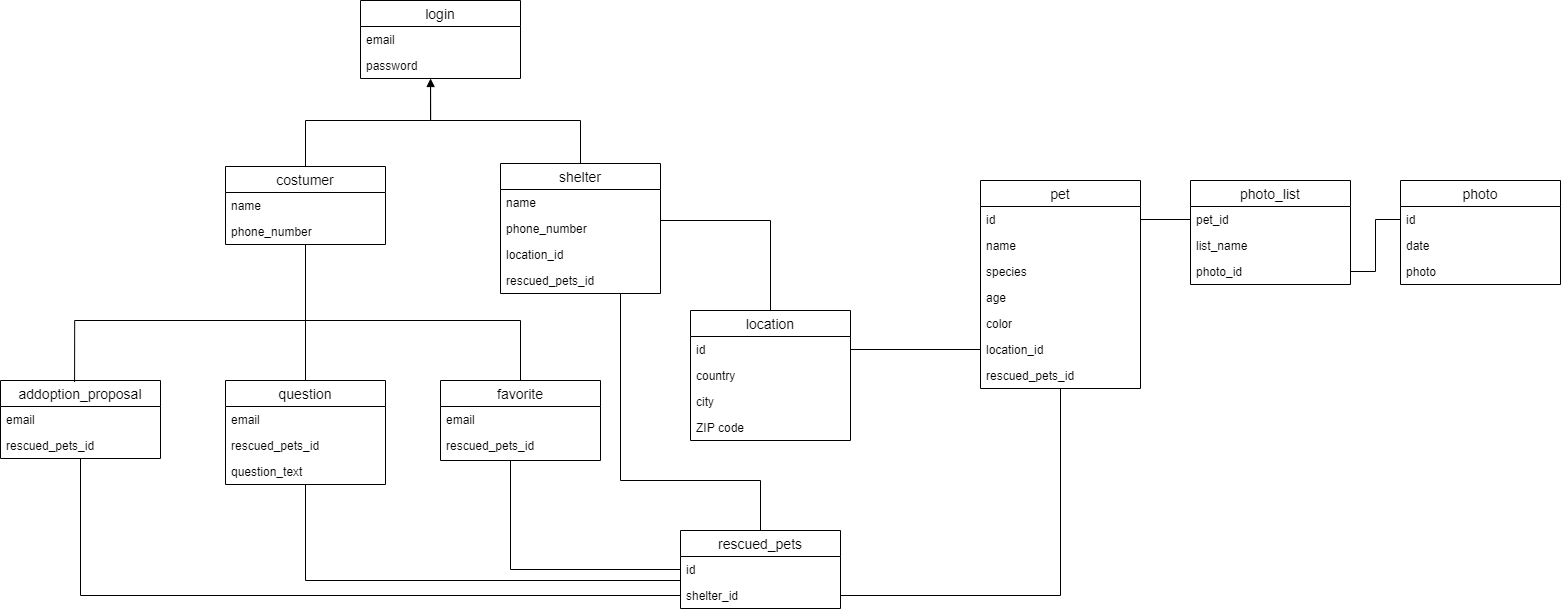
The draw.io diagram docs/database.png in edurbrito/php-life-buddies, before a commit. Source tidied: cells renumbered, new cells last; positions are measured from the earlier drawing's top-left corner, leaving out a move shared by most shapes.
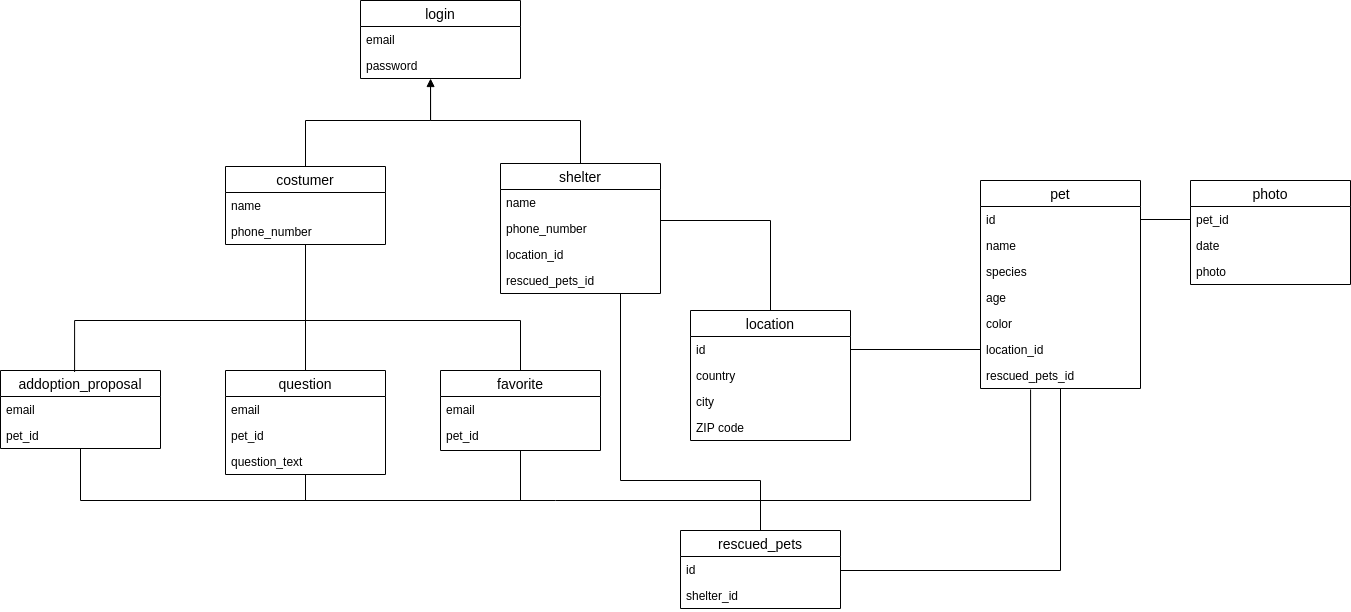
Above is the later version.

Change to the diagram source:
```diff
@@ -26,36 +26,21 @@
     <mxCell id="9" value="rescued_pets_id&#10;" style="text;strokeColor=none;fillColor=none;spacingLeft=4;spacingRight=4;overflow=hidden;points=[[0,0.5],[1,0.5]];portConstraint=eastwest;fontSize=12;" parent="2" vertex="1">
       <mxGeometry y="182" width="160" height="26" as="geometry" />
     </mxCell>
-    <mxCell id="10" value="photo_list" style="swimlane;fontStyle=0;horizontal=1;startSize=26;align=center;fontSize=14;" parent="1" vertex="1">
+    <mxCell id="10" value="photo" style="swimlane;fontStyle=0;horizontal=1;startSize=26;align=center;fontSize=14;" parent="1" vertex="1">
       <mxGeometry x="1190" y="180" width="160" height="104" as="geometry" />
     </mxCell>
     <mxCell id="11" value="pet_id" style="text;strokeColor=none;fillColor=none;spacingLeft=4;spacingRight=4;overflow=hidden;points=[[0,0.5],[1,0.5]];portConstraint=eastwest;fontSize=12;" parent="10" vertex="1">
       <mxGeometry y="26" width="160" height="26" as="geometry" />
     </mxCell>
-    <mxCell id="12" value="list_name" style="text;strokeColor=none;fillColor=none;spacingLeft=4;spacingRight=4;overflow=hidden;fontSize=12;" parent="10" vertex="1">
+    <mxCell id="12" value="date" style="text;strokeColor=none;fillColor=none;spacingLeft=4;spacingRight=4;overflow=hidden;fontSize=12;" parent="10" vertex="1">
       <mxGeometry y="52" width="160" height="26" as="geometry" />
     </mxCell>
-    <mxCell id="13" value="photo_id" style="text;strokeColor=none;fillColor=none;spacingLeft=4;spacingRight=4;overflow=hidden;points=[[0,0.5],[1,0.5]];portConstraint=eastwest;fontSize=12;" parent="10" vertex="1">
+    <mxCell id="13" value="photo" style="text;strokeColor=none;fillColor=none;spacingLeft=4;spacingRight=4;overflow=hidden;points=[[0,0.5],[1,0.5]];portConstraint=eastwest;fontSize=12;" parent="10" vertex="1">
       <mxGeometry y="78" width="160" height="26" as="geometry" />
     </mxCell>
-    <mxCell id="14" value="photo" style="swimlane;fontStyle=0;horizontal=1;startSize=26;align=center;fontSize=14;" parent="1" vertex="1">
-      <mxGeometry x="1400" y="180" width="160" height="104" as="geometry" />
-    </mxCell>
-    <mxCell id="15" value="id" style="text;strokeColor=none;fillColor=none;spacingLeft=4;spacingRight=4;overflow=hidden;points=[[0,0.5],[1,0.5]];portConstraint=eastwest;fontSize=12;" parent="14" vertex="1">
-      <mxGeometry y="26" width="160" height="26" as="geometry" />
-    </mxCell>
-    <mxCell id="16" value="date" style="text;strokeColor=none;fillColor=none;spacingLeft=4;spacingRight=4;overflow=hidden;fontSize=12;" parent="14" vertex="1">
-      <mxGeometry y="52" width="160" height="26" as="geometry" />
-    </mxCell>
-    <mxCell id="17" value="photo" style="text;strokeColor=none;fillColor=none;spacingLeft=4;spacingRight=4;overflow=hidden;fontSize=12;" parent="14" vertex="1">
-      <mxGeometry y="78" width="160" height="26" as="geometry" />
-    </mxCell>
     <mxCell id="18" style="edgeStyle=orthogonalEdgeStyle;jettySize=auto;html=1;entryX=0;entryY=0.5;entryDx=0;entryDy=0;strokeColor=#000000;rounded=0;endArrow=none;endFill=0;" parent="1" edge="1" source="3" target="11">
       <mxGeometry relative="1" as="geometry" />
     </mxCell>
-    <mxCell id="19" style="edgeStyle=orthogonalEdgeStyle;rounded=0;jettySize=auto;html=1;entryX=0;entryY=0.5;entryDx=0;entryDy=0;endArrow=none;endFill=0;strokeColor=#000000;" parent="1" edge="1" source="13" target="15">
-      <mxGeometry relative="1" as="geometry" />
-    </mxCell>
     <mxCell id="20" style="edgeStyle=orthogonalEdgeStyle;rounded=0;jettySize=auto;html=1;endArrow=none;endFill=0;strokeColor=#000000;" parent="1" edge="1" source="8" target="38">
       <mxGeometry relative="1" as="geometry" />
     </mxCell>
@@ -147,13 +132,18 @@
     <mxCell id="41" value="ZIP code" style="text;strokeColor=none;fillColor=none;spacingLeft=4;spacingRight=4;overflow=hidden;fontSize=12;" parent="37" vertex="1">
       <mxGeometry y="104" width="160" height="26" as="geometry" />
     </mxCell>
+    <mxCell id="61" style="edgeStyle=orthogonalEdgeStyle;rounded=0;jettySize=auto;html=1;endArrow=none;endFill=0;" parent="1" edge="1" source="42">
+      <mxGeometry relative="1" as="geometry">
+        <mxPoint x="305" y="500" as="targetPoint" />
+      </mxGeometry>
+    </mxCell>
     <mxCell id="42" value="question" style="swimlane;fontStyle=0;horizontal=1;startSize=26;align=center;fontSize=14;" parent="1" vertex="1">
-      <mxGeometry x="225" y="380" width="160" height="104" as="geometry" />
+      <mxGeometry x="225" y="370" width="160" height="104" as="geometry" />
     </mxCell>
     <mxCell id="43" value="email" style="text;strokeColor=none;fillColor=none;spacingLeft=4;spacingRight=4;overflow=hidden;fontSize=12;" parent="42" vertex="1">
       <mxGeometry y="26" width="160" height="26" as="geometry" />
     </mxCell>
-    <mxCell id="44" value="rescued_pets_id" style="text;strokeColor=none;fillColor=none;spacingLeft=4;spacingRight=4;overflow=hidden;fontSize=12;" parent="42" vertex="1">
+    <mxCell id="44" value="pet_id" style="text;strokeColor=none;fillColor=none;spacingLeft=4;spacingRight=4;overflow=hidden;fontSize=12;" parent="42" vertex="1">
       <mxGeometry y="52" width="160" height="26" as="geometry" />
     </mxCell>
     <mxCell id="45" value="question_text" style="text;strokeColor=none;fillColor=none;spacingLeft=4;spacingRight=4;overflow=hidden;points=[[0,0.5],[1,0.5]];portConstraint=eastwest;fontSize=12;" parent="42" vertex="1">
@@ -169,12 +159,12 @@
       <mxGeometry y="52" width="160" height="26" as="geometry" />
     </mxCell>
     <mxCell id="49" value="addoption_proposal" style="swimlane;fontStyle=0;horizontal=1;startSize=26;align=center;fontSize=14;" parent="1" vertex="1">
-      <mxGeometry y="380" width="160" height="78" as="geometry" />
+      <mxGeometry y="370" width="160" height="78" as="geometry" />
     </mxCell>
     <mxCell id="50" value="email" style="text;strokeColor=none;fillColor=none;spacingLeft=4;spacingRight=4;overflow=hidden;fontSize=12;" parent="49" vertex="1">
       <mxGeometry y="26" width="160" height="26" as="geometry" />
     </mxCell>
-    <mxCell id="51" value="rescued_pets_id" style="text;strokeColor=none;fillColor=none;spacingLeft=4;spacingRight=4;overflow=hidden;points=[[0,0.5],[1,0.5]];portConstraint=eastwest;fontSize=12;" parent="49" vertex="1">
+    <mxCell id="51" value="pet_id" style="text;strokeColor=none;fillColor=none;spacingLeft=4;spacingRight=4;overflow=hidden;points=[[0,0.5],[1,0.5]];portConstraint=eastwest;fontSize=12;" parent="49" vertex="1">
       <mxGeometry y="52" width="160" height="26" as="geometry" />
     </mxCell>
     <mxCell id="52" style="edgeStyle=orthogonalEdgeStyle;rounded=0;jettySize=auto;html=1;entryX=0.463;entryY=0.019;entryDx=0;entryDy=0;entryPerimeter=0;endArrow=none;endFill=0;strokeColor=#000000;" parent="1" edge="1" target="49">
@@ -182,43 +172,34 @@
         <mxPoint x="310" y="320" as="sourcePoint" />
       </mxGeometry>
     </mxCell>
+    <mxCell id="62" style="edgeStyle=orthogonalEdgeStyle;rounded=0;jettySize=auto;html=1;endArrow=none;endFill=0;" parent="1" edge="1" source="53">
+      <mxGeometry relative="1" as="geometry">
+        <mxPoint x="520" y="500" as="targetPoint" />
+      </mxGeometry>
+    </mxCell>
     <mxCell id="53" value="favorite" style="swimlane;fontStyle=0;horizontal=1;startSize=26;align=center;fontSize=14;" parent="1" vertex="1">
-      <mxGeometry x="440" y="380" width="160" height="80" as="geometry" />
+      <mxGeometry x="440" y="370" width="160" height="80" as="geometry" />
     </mxCell>
     <mxCell id="54" value="email" style="text;strokeColor=none;fillColor=none;spacingLeft=4;spacingRight=4;overflow=hidden;fontSize=12;" parent="53" vertex="1">
       <mxGeometry y="26" width="160" height="26" as="geometry" />
     </mxCell>
-    <mxCell id="55" value="rescued_pets_id&#10;" style="text;strokeColor=none;fillColor=none;spacingLeft=4;spacingRight=4;overflow=hidden;points=[[0,0.5],[1,0.5]];portConstraint=eastwest;fontSize=12;" parent="53" vertex="1">
+    <mxCell id="55" value="pet_id" style="text;strokeColor=none;fillColor=none;spacingLeft=4;spacingRight=4;overflow=hidden;points=[[0,0.5],[1,0.5]];portConstraint=eastwest;fontSize=12;" parent="53" vertex="1">
       <mxGeometry y="52" width="160" height="28" as="geometry" />
     </mxCell>
-    <mxCell id="56" style="edgeStyle=orthogonalEdgeStyle;rounded=0;jettySize=auto;html=1;entryX=0;entryY=0.5;entryDx=0;entryDy=0;endArrow=none;endFill=0;" parent="1" edge="1" source="45">
-      <mxGeometry relative="1" as="geometry">
-        <mxPoint x="680" y="595" as="targetPoint" />
-        <Array as="points">
-          <mxPoint x="305" y="580" />
-          <mxPoint x="680" y="580" />
-        </Array>
-      </mxGeometry>
-    </mxCell>
-    <mxCell id="57" style="edgeStyle=orthogonalEdgeStyle;rounded=0;jettySize=auto;html=1;entryX=0;entryY=0.5;entryDx=0;entryDy=0;endArrow=none;endFill=0;" parent="1" edge="1" source="51" target="48">
+    <mxCell id="57" style="edgeStyle=orthogonalEdgeStyle;rounded=0;jettySize=auto;html=1;entryX=0.313;entryY=1.038;entryDx=0;entryDy=0;endArrow=none;endFill=0;entryPerimeter=0;" parent="1" edge="1" source="51" target="9">
       <mxGeometry relative="1" as="geometry">
         <Array as="points">
-          <mxPoint x="80" y="595" />
+          <mxPoint x="80" y="500" />
+          <mxPoint x="1030" y="500" />
         </Array>
       </mxGeometry>
     </mxCell>
-    <mxCell id="58" style="edgeStyle=orthogonalEdgeStyle;rounded=0;jettySize=auto;html=1;entryX=0;entryY=0.5;entryDx=0;entryDy=0;endArrow=none;endFill=0;" parent="1" edge="1" source="55" target="47">
-      <mxGeometry relative="1" as="geometry">
-        <Array as="points">
-          <mxPoint x="510" y="569" />
-        </Array>
-      </mxGeometry>
-    </mxCell>
-    <mxCell id="59" style="edgeStyle=orthogonalEdgeStyle;rounded=0;jettySize=auto;html=1;entryX=1;entryY=0.5;entryDx=0;entryDy=0;endArrow=none;endFill=0;" parent="1" edge="1" source="9">
+    <mxCell id="59" style="edgeStyle=orthogonalEdgeStyle;rounded=0;jettySize=auto;html=1;endArrow=none;endFill=0;" parent="1" edge="1" source="9">
       <mxGeometry relative="1" as="geometry">
-        <mxPoint x="840" y="595" as="targetPoint" />
+        <mxPoint x="840" y="570" as="targetPoint" />
         <Array as="points">
-          <mxPoint x="1060" y="595" />
+          <mxPoint x="1060" y="570" />
+          <mxPoint x="840" y="570" />
         </Array>
       </mxGeometry>
     </mxCell>
```
